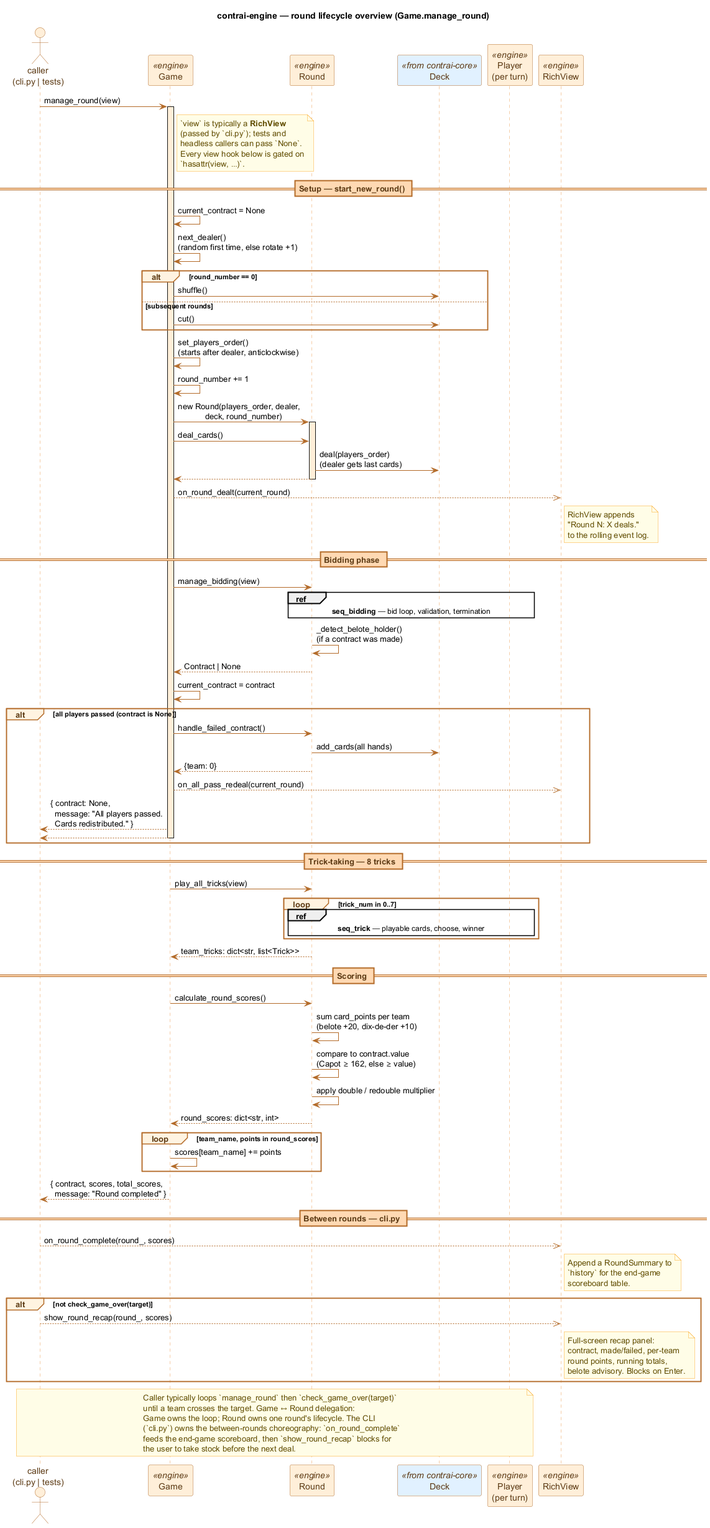
This is docs/diagrams/seq_round.png from valmathieu/ContrAI, a PlantUML export, as it was before one commit.
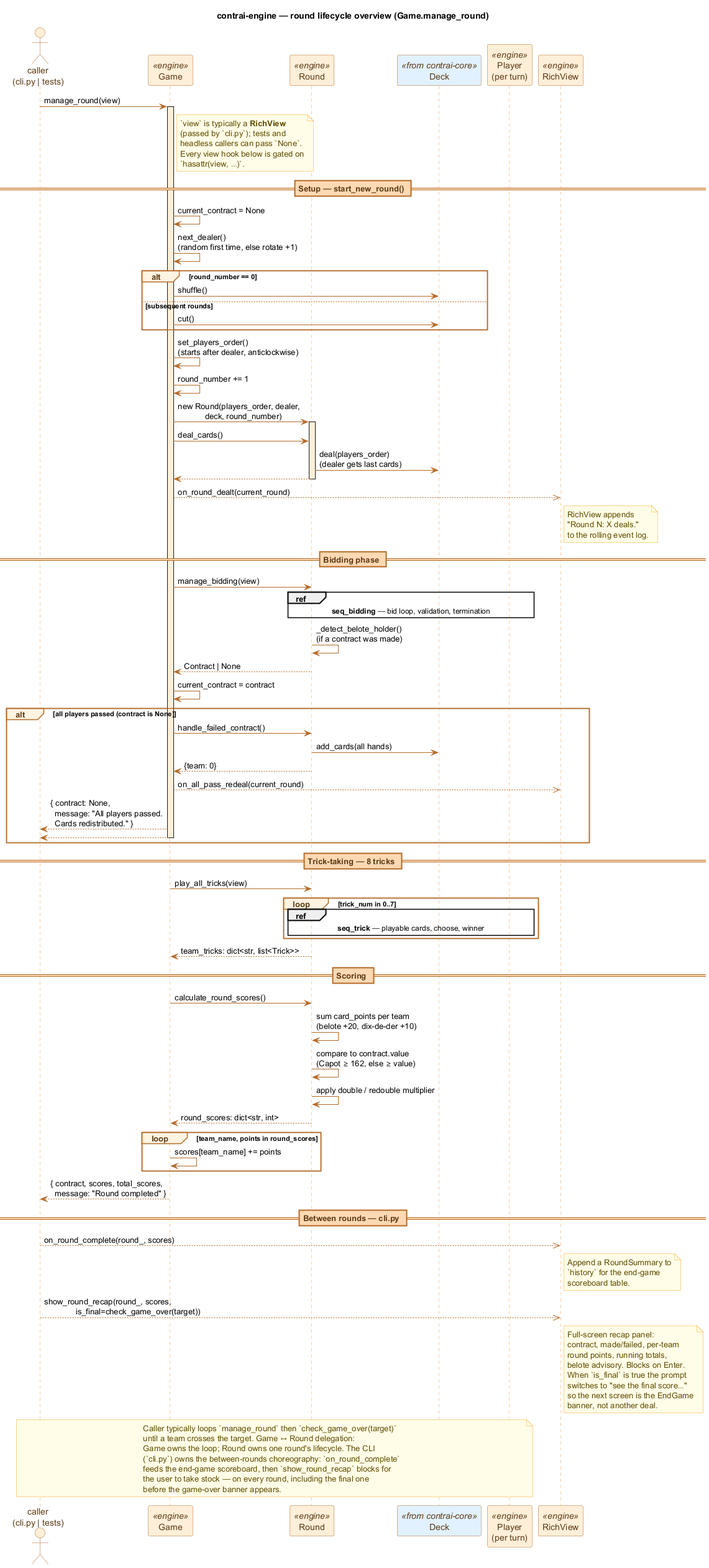
The same diagram one commit later.

Commit message:
feat(engine): show round recap before the game-over screen

Change to the diagram source:
```diff
@@ -117,15 +117,17 @@
   `history` for the end-game
   scoreboard table.
 end note
-alt not check_game_over(target)
-    C -->> V : show_round_recap(round_, scores)
-    note right of V
-      Full-screen recap panel:
-      contract, made/failed, per-team
-      round points, running totals,
-      belote advisory. Blocks on Enter.
-    end note
-end
+C -->> V : show_round_recap(round_, scores,\n              is_final=check_game_over(target))
+note right of V
+  Full-screen recap panel:
+  contract, made/failed, per-team
+  round points, running totals,
+  belote advisory. Blocks on Enter.
+  When `is_final` is true the prompt
+  switches to "see the final score…"
+  so the next screen is the EndGame
+  banner, not another deal.
+end note
 
 note over C, P
   Caller typically loops `manage_round` then `check_game_over(target)`
@@ -133,7 +135,8 @@
   Game owns the loop; Round owns one round's lifecycle. The CLI
   (`cli.py`) owns the between-rounds choreography: `on_round_complete`
   feeds the end-game scoreboard, then `show_round_recap` blocks for
-  the user to take stock before the next deal.
+  the user to take stock — on every round, including the final one
+  before the game-over banner appears.
 end note
 
 @enduml
```
